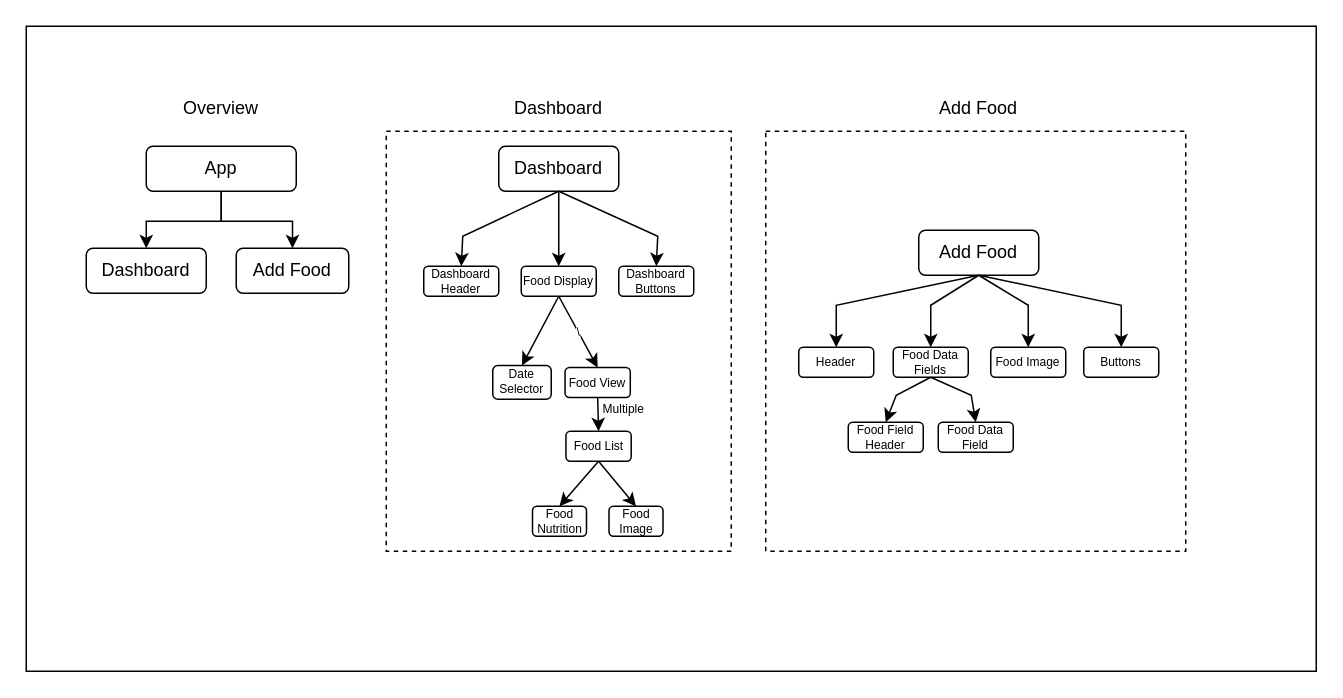
The draw.io diagram Diagrams/v1.0/Component Hierarchy Diagram.drawio in jonechong/calories-cv, before the edit. Source tidied: cells renumbered, new cells numbered last; positions are measured from the earlier drawing's top-left corner, leaving out a move shared by most shapes. Both pictures are drawn from the tidied source at 150%, with x=0, y=0 at pixel (26, 26).
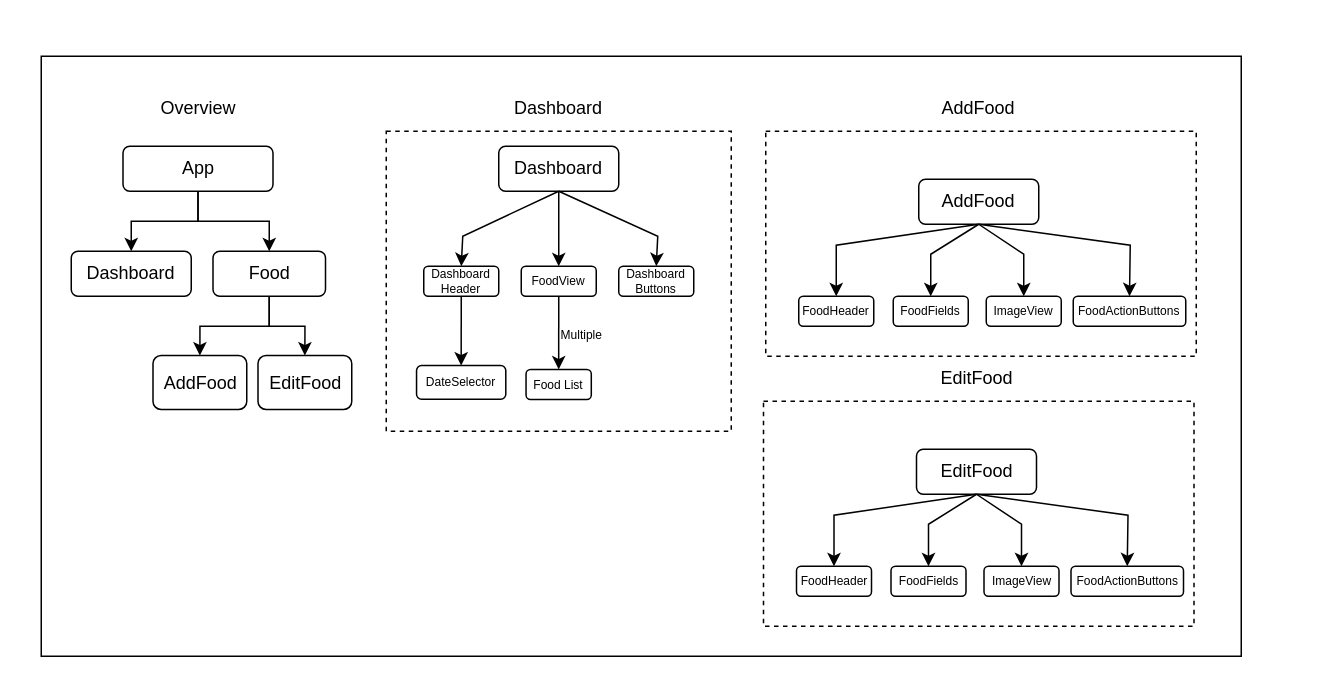
The same page after the edit.

Commit message (it also covers changes not shown here):
docs: updated component hierarchy diagram

The change refers to these unchanged cells:
```xml
<mxCell id="14" value="&lt;font style=&quot;font-size: 8px;&quot;&gt;Dashboard Header&lt;/font&gt;" style="rounded=1;whiteSpace=wrap;html=1;fontSize=8;" parent="1" vertex="1">
  <mxGeometry x="265" y="160" width="50" height="20" as="geometry" />
</mxCell>
```

What changed in the source:
```diff
@@
     <mxCell id="2" style="rounded=0;whiteSpace=wrap;html=1;" parent="1" vertex="1">
-      <mxGeometry width="860" height="430" as="geometry" />
+      <mxGeometry x="10" y="20" width="800" height="400" as="geometry" />
     </mxCell>
     <mxCell id="3" style="rounded=0;whiteSpace=wrap;html=1;fillColor=none;dashed=1;" parent="1" vertex="1">
-      <mxGeometry x="493" y="70" width="280" height="280" as="geometry" />
+      <mxGeometry x="493" y="70" width="287" height="150" as="geometry" />
     </mxCell>
     <mxCell id="4" style="rounded=0;whiteSpace=wrap;html=1;fillColor=none;dashed=1;" parent="1" vertex="1">
-      <mxGeometry x="240" y="70" width="230" height="280" as="geometry" />
+      <mxGeometry x="240" y="70" width="230" height="200" as="geometry" />
     </mxCell>
@@
     <mxCell id="7" value="App" style="rounded=1;whiteSpace=wrap;html=1;" parent="1" vertex="1">
-      <mxGeometry x="80" y="80" width="100" height="30" as="geometry" />
+      <mxGeometry x="64.5" y="80" width="100" height="30" as="geometry" />
     </mxCell>
     <mxCell id="8" value="Overview" style="text;html=1;strokeColor=none;fillColor=none;align=center;verticalAlign=middle;whiteSpace=wrap;rounded=0;" parent="1" vertex="1">
-      <mxGeometry x="100" y="40" width="60" height="30" as="geometry" />
+      <mxGeometry x="84.5" y="40" width="60" height="30" as="geometry" />
     </mxCell>
     <mxCell id="9" value="Dashboard" style="rounded=1;whiteSpace=wrap;html=1;" parent="1" vertex="1">
-      <mxGeometry x="40" y="148" width="80" height="30" as="geometry" />
+      <mxGeometry x="30" y="150" width="80" height="30" as="geometry" />
     </mxCell>
+    <mxCell id="44" style="edgeStyle=orthogonalEdgeStyle;rounded=0;jettySize=auto;html=1;entryX=0.5;entryY=0;entryDx=0;entryDy=0;" parent="1" edge="1" source="10" target="46">
+      <mxGeometry relative="1" as="geometry" />
+    </mxCell>
+    <mxCell id="45" style="edgeStyle=orthogonalEdgeStyle;rounded=0;jettySize=auto;html=1;entryX=0.5;entryY=0;entryDx=0;entryDy=0;" parent="1" edge="1" source="10" target="47">
+      <mxGeometry relative="1" as="geometry" />
+    </mxCell>
-    <mxCell id="10" value="Add Food" style="rounded=1;whiteSpace=wrap;html=1;" parent="1" vertex="1">
-      <mxGeometry x="140" y="148" width="75" height="30" as="geometry" />
+    <mxCell id="10" value="Food" style="rounded=1;whiteSpace=wrap;html=1;" parent="1" vertex="1">
+      <mxGeometry x="124.5" y="150" width="75" height="30" as="geometry" />
     </mxCell>
@@
-    <mxCell id="16" value="&lt;font style=&quot;font-size: 8px;&quot;&gt;Food Display&lt;/font&gt;" style="rounded=1;whiteSpace=wrap;html=1;fontSize=8;" parent="1" vertex="1">
+    <mxCell id="16" value="&lt;font style=&quot;font-size: 8px;&quot;&gt;FoodView&lt;/font&gt;" style="rounded=1;whiteSpace=wrap;html=1;fontSize=8;" parent="1" vertex="1">
       <mxGeometry x="330" y="160" width="50" height="20" as="geometry" />
     </mxCell>
@@
-    <mxCell id="19" value="&lt;font style=&quot;font-size: 8px;&quot;&gt;Date Selector&lt;/font&gt;" style="rounded=1;whiteSpace=wrap;html=1;fontSize=8;" parent="1" vertex="1">
-      <mxGeometry x="311" y="226.2" width="39" height="22.5" as="geometry" />
+    <mxCell id="19" value="&lt;font style=&quot;font-size: 8px;&quot;&gt;DateSelector&lt;/font&gt;" style="rounded=1;whiteSpace=wrap;html=1;fontSize=8;" parent="1" vertex="1">
+      <mxGeometry x="260.2" y="226.2" width="59.5" height="22.5" as="geometry" />
     </mxCell>
-    <mxCell id="20" style="endArrow=classic;html=1;rounded=0;exitX=0.5;exitY=1;exitDx=0;exitDy=0;entryX=0.5;entryY=0;entryDx=0;entryDy=0;fontSize=8;" parent="1" edge="1" source="16" target="19">
+    <mxCell id="20" style="endArrow=classic;html=1;rounded=0;exitX=0.5;exitY=1;exitDx=0;exitDy=0;entryX=0.5;entryY=0;entryDx=0;entryDy=0;fontSize=8;" parent="1" edge="1" source="14" target="19">
       <mxGeometry relative="1" as="geometry" />
     </mxCell>
-    <mxCell id="21" value="\" style="endArrow=classic;html=1;rounded=0;exitX=0.5;exitY=1;exitDx=0;exitDy=0;fontSize=8;entryX=0.5;entryY=0;entryDx=0;entryDy=0;" parent="1" edge="1" source="16" target="41">
-      <mxGeometry relative="1" as="geometry" />
-    </mxCell>
-    <mxCell id="22" value="Add Food" style="text;html=1;strokeColor=none;fillColor=none;align=center;verticalAlign=middle;whiteSpace=wrap;rounded=0;" parent="1" vertex="1">
+    <mxCell id="22" value="AddFood" style="text;html=1;strokeColor=none;fillColor=none;align=center;verticalAlign=middle;whiteSpace=wrap;rounded=0;" parent="1" vertex="1">
       <mxGeometry x="605" y="40" width="60" height="30" as="geometry" />
     </mxCell>
-    <mxCell id="23" value="Add Food" style="rounded=1;whiteSpace=wrap;html=1;" parent="1" vertex="1">
-      <mxGeometry x="595" y="136" width="80" height="30" as="geometry" />
+    <mxCell id="23" value="AddFood" style="rounded=1;whiteSpace=wrap;html=1;" parent="1" vertex="1">
+      <mxGeometry x="595" y="102" width="80" height="30" as="geometry" />
     </mxCell>
     <mxCell id="24" value="&lt;font style=&quot;font-size: 8px;&quot;&gt;Food List&lt;/font&gt;" style="rounded=1;whiteSpace=wrap;html=1;fontSize=8;" parent="1" vertex="1">
-      <mxGeometry x="359.8" y="270" width="43.5" height="20" as="geometry" />
+      <mxGeometry x="333.2" y="228.8" width="43.5" height="20" as="geometry" />
     </mxCell>
-    <mxCell id="25" value="Food Nutrition" style="rounded=1;whiteSpace=wrap;html=1;fontSize=8;spacing=1;" parent="1" vertex="1">
-      <mxGeometry x="337.5" y="320" width="36" height="20" as="geometry" />
-    </mxCell>
-    <mxCell id="26" value="Food Image" style="rounded=1;whiteSpace=wrap;html=1;fontSize=8;spacing=1;" parent="1" vertex="1">
-      <mxGeometry x="388.5" y="320" width="36" height="20" as="geometry" />
-    </mxCell>
-    <mxCell id="27" style="endArrow=classic;html=1;rounded=0;exitX=0.5;exitY=1;exitDx=0;exitDy=0;entryX=0.5;entryY=0;entryDx=0;entryDy=0;" parent="1" edge="1" source="24" target="25">
-      <mxGeometry relative="1" as="geometry" />
-    </mxCell>
-    <mxCell id="28" style="endArrow=classic;html=1;rounded=0;exitX=0.5;exitY=1;exitDx=0;exitDy=0;entryX=0.5;entryY=0;entryDx=0;entryDy=0;" parent="1" edge="1" source="24" target="26">
-      <mxGeometry relative="1" as="geometry" />
-    </mxCell>
-    <mxCell id="29" value="&lt;font style=&quot;font-size: 8px;&quot;&gt;Header&lt;/font&gt;" style="rounded=1;whiteSpace=wrap;html=1;fontSize=8;" parent="1" vertex="1">
-      <mxGeometry x="515" y="214" width="50" height="20" as="geometry" />
+    <mxCell id="29" value="&lt;font style=&quot;font-size: 8px;&quot;&gt;FoodHeader&lt;/font&gt;" style="rounded=1;whiteSpace=wrap;html=1;fontSize=8;" parent="1" vertex="1">
+      <mxGeometry x="515" y="180" width="50" height="20" as="geometry" />
     </mxCell>
     <mxCell id="30" style="endArrow=classic;html=1;rounded=0;entryX=0.5;entryY=0;entryDx=0;entryDy=0;exitX=0.5;exitY=1;exitDx=0;exitDy=0;fontSize=8;" parent="1" edge="1" source="23" target="29">
       <mxGeometry relative="1" as="geometry">
         <Array as="points">
-          <mxPoint x="540" y="186" />
+          <mxPoint x="540" y="146" />
         </Array>
       </mxGeometry>
     </mxCell>
-    <mxCell id="31" value="&lt;font style=&quot;font-size: 8px;&quot;&gt;Food Image&lt;/font&gt;" style="rounded=1;whiteSpace=wrap;html=1;fontSize=8;" parent="1" vertex="1">
-      <mxGeometry x="643" y="214" width="50" height="20" as="geometry" />
+    <mxCell id="31" value="ImageView" style="rounded=1;whiteSpace=wrap;html=1;fontSize=8;" parent="1" vertex="1">
+      <mxGeometry x="640" y="180" width="50" height="20" as="geometry" />
     </mxCell>
-    <mxCell id="32" value="&lt;font style=&quot;font-size: 8px;&quot;&gt;Buttons&lt;/font&gt;" style="rounded=1;whiteSpace=wrap;html=1;fontSize=8;" parent="1" vertex="1">
-      <mxGeometry x="705" y="214" width="50" height="20" as="geometry" />
+    <mxCell id="32" value="&lt;font style=&quot;font-size: 8px;&quot;&gt;FoodActionButtons&lt;/font&gt;" style="rounded=1;whiteSpace=wrap;html=1;fontSize=8;" parent="1" vertex="1">
+      <mxGeometry x="698" y="180" width="75" height="20" as="geometry" />
     </mxCell>
     <mxCell id="33" style="endArrow=classic;html=1;rounded=0;exitX=0.5;exitY=1;exitDx=0;exitDy=0;entryX=0.5;entryY=0;entryDx=0;entryDy=0;" parent="1" edge="1" source="23" target="36">
       <mxGeometry relative="1" as="geometry">
         <Array as="points">
-          <mxPoint x="603" y="186" />
+          <mxPoint x="603" y="152" />
         </Array>
       </mxGeometry>
     </mxCell>
     <mxCell id="34" style="endArrow=classic;html=1;rounded=0;exitX=0.5;exitY=1;exitDx=0;exitDy=0;entryX=0.5;entryY=0;entryDx=0;entryDy=0;" parent="1" edge="1" source="23" target="31">
       <mxGeometry relative="1" as="geometry">
         <Array as="points">
-          <mxPoint x="668" y="186" />
+          <mxPoint x="665" y="152" />
         </Array>
       </mxGeometry>
     </mxCell>
     <mxCell id="35" style="endArrow=classic;html=1;rounded=0;exitX=0.5;exitY=1;exitDx=0;exitDy=0;entryX=0.5;entryY=0;entryDx=0;entryDy=0;" parent="1" edge="1" source="23" target="32">
       <mxGeometry relative="1" as="geometry">
         <Array as="points">
-          <mxPoint x="730" y="186" />
+          <mxPoint x="736" y="146" />
         </Array>
       </mxGeometry>
     </mxCell>
-    <mxCell id="36" value="&lt;font style=&quot;font-size: 8px;&quot;&gt;Food Data Fields&lt;/font&gt;" style="rounded=1;whiteSpace=wrap;html=1;fontSize=8;" parent="1" vertex="1">
-      <mxGeometry x="578" y="214" width="50" height="20" as="geometry" />
+    <mxCell id="36" value="&lt;font style=&quot;font-size: 8px;&quot;&gt;FoodFields&lt;/font&gt;" style="rounded=1;whiteSpace=wrap;html=1;fontSize=8;" parent="1" vertex="1">
+      <mxGeometry x="578" y="180" width="50" height="20" as="geometry" />
     </mxCell>
-    <mxCell id="37" value="&lt;font style=&quot;font-size: 8px;&quot;&gt;Food Field Header&lt;/font&gt;" style="rounded=1;whiteSpace=wrap;html=1;fontSize=8;" parent="1" vertex="1">
-      <mxGeometry x="548" y="264" width="50" height="20" as="geometry" />
-    </mxCell>
-    <mxCell id="38" value="&lt;font style=&quot;font-size: 8px;&quot;&gt;Food Data Field&lt;/font&gt;" style="rounded=1;whiteSpace=wrap;html=1;fontSize=8;" parent="1" vertex="1">
-      <mxGeometry x="608" y="264" width="50" height="20" as="geometry" />
-    </mxCell>
-    <mxCell id="39" style="endArrow=classic;html=1;rounded=0;exitX=0.5;exitY=1;exitDx=0;exitDy=0;entryX=0.5;entryY=0;entryDx=0;entryDy=0;" parent="1" edge="1" source="36" target="37">
-      <mxGeometry relative="1" as="geometry">
-        <Array as="points">
-          <mxPoint x="580" y="246" />
-        </Array>
-      </mxGeometry>
-    </mxCell>
-    <mxCell id="40" style="endArrow=classic;html=1;rounded=0;exitX=0.5;exitY=1;exitDx=0;exitDy=0;entryX=0.5;entryY=0;entryDx=0;entryDy=0;" parent="1" edge="1" source="36" target="38">
-      <mxGeometry relative="1" as="geometry">
-        <Array as="points">
-          <mxPoint x="630" y="246" />
-        </Array>
-      </mxGeometry>
-    </mxCell>
-    <mxCell id="41" value="&lt;font style=&quot;font-size: 8px;&quot;&gt;Food View&lt;/font&gt;" style="rounded=1;whiteSpace=wrap;html=1;fontSize=8;" parent="1" vertex="1">
-      <mxGeometry x="359.2" y="227.5" width="43.5" height="20" as="geometry" />
-    </mxCell>
-    <mxCell id="42" style="endArrow=classic;html=1;rounded=0;exitX=0.5;exitY=1;exitDx=0;exitDy=0;entryX=0.5;entryY=0;entryDx=0;entryDy=0;" parent="1" edge="1" source="41" target="24">
+    <mxCell id="42" style="endArrow=classic;html=1;rounded=0;exitX=0.5;exitY=1;exitDx=0;exitDy=0;entryX=0.5;entryY=0;entryDx=0;entryDy=0;" parent="1" edge="1" source="16" target="24">
       <mxGeometry relative="1" as="geometry" />
     </mxCell>
     <mxCell id="43" value="&lt;font style=&quot;font-size: 8px;&quot;&gt;Multiple&lt;/font&gt;" style="text;html=1;strokeColor=none;fillColor=none;align=center;verticalAlign=middle;whiteSpace=wrap;rounded=0;" parent="1" vertex="1">
-      <mxGeometry x="380" y="248.8" width="36.5" height="10" as="geometry" />
+      <mxGeometry x="352" y="200" width="36.5" height="10" as="geometry" />
     </mxCell>
+    <mxCell id="46" value="AddFood" style="rounded=1;whiteSpace=wrap;html=1;" parent="1" vertex="1">
+      <mxGeometry x="84.5" y="219.5" width="62.5" height="36" as="geometry" />
+    </mxCell>
+    <mxCell id="47" value="EditFood" style="rounded=1;whiteSpace=wrap;html=1;" parent="1" vertex="1">
+      <mxGeometry x="154.5" y="219.5" width="62.5" height="36" as="geometry" />
+    </mxCell>
+    <mxCell id="48" style="rounded=0;whiteSpace=wrap;html=1;fillColor=none;dashed=1;" parent="1" vertex="1">
+      <mxGeometry x="491.5" y="250" width="287" height="150" as="geometry" />
+    </mxCell>
+    <mxCell id="49" value="EditFood" style="text;html=1;strokeColor=none;fillColor=none;align=center;verticalAlign=middle;whiteSpace=wrap;rounded=0;" parent="1" vertex="1">
+      <mxGeometry x="603.5" y="220" width="60" height="30" as="geometry" />
+    </mxCell>
+    <mxCell id="50" value="EditFood" style="rounded=1;whiteSpace=wrap;html=1;" parent="1" vertex="1">
+      <mxGeometry x="593.5" y="282" width="80" height="30" as="geometry" />
+    </mxCell>
+    <mxCell id="51" value="&lt;font style=&quot;font-size: 8px;&quot;&gt;FoodHeader&lt;/font&gt;" style="rounded=1;whiteSpace=wrap;html=1;fontSize=8;" parent="1" vertex="1">
+      <mxGeometry x="513.5" y="360" width="50" height="20" as="geometry" />
+    </mxCell>
+    <mxCell id="52" style="endArrow=classic;html=1;rounded=0;entryX=0.5;entryY=0;entryDx=0;entryDy=0;exitX=0.5;exitY=1;exitDx=0;exitDy=0;fontSize=8;" parent="1" edge="1" source="50" target="51">
+      <mxGeometry relative="1" as="geometry">
+        <Array as="points">
+          <mxPoint x="538.5" y="326" />
+        </Array>
+      </mxGeometry>
+    </mxCell>
+    <mxCell id="53" value="ImageView" style="rounded=1;whiteSpace=wrap;html=1;fontSize=8;" parent="1" vertex="1">
+      <mxGeometry x="638.5" y="360" width="50" height="20" as="geometry" />
+    </mxCell>
+    <mxCell id="54" value="&lt;font style=&quot;font-size: 8px;&quot;&gt;FoodActionButtons&lt;/font&gt;" style="rounded=1;whiteSpace=wrap;html=1;fontSize=8;" parent="1" vertex="1">
+      <mxGeometry x="696.5" y="360" width="75" height="20" as="geometry" />
+    </mxCell>
+    <mxCell id="55" style="endArrow=classic;html=1;rounded=0;exitX=0.5;exitY=1;exitDx=0;exitDy=0;entryX=0.5;entryY=0;entryDx=0;entryDy=0;" parent="1" edge="1" source="50" target="58">
+      <mxGeometry relative="1" as="geometry">
+        <Array as="points">
+          <mxPoint x="601.5" y="332" />
+        </Array>
+      </mxGeometry>
+    </mxCell>
+    <mxCell id="56" style="endArrow=classic;html=1;rounded=0;exitX=0.5;exitY=1;exitDx=0;exitDy=0;entryX=0.5;entryY=0;entryDx=0;entryDy=0;" parent="1" edge="1" source="50" target="53">
+      <mxGeometry relative="1" as="geometry">
+        <Array as="points">
+          <mxPoint x="663.5" y="332" />
+        </Array>
+      </mxGeometry>
+    </mxCell>
+    <mxCell id="57" style="endArrow=classic;html=1;rounded=0;exitX=0.5;exitY=1;exitDx=0;exitDy=0;entryX=0.5;entryY=0;entryDx=0;entryDy=0;" parent="1" edge="1" source="50" target="54">
+      <mxGeometry relative="1" as="geometry">
+        <Array as="points">
+          <mxPoint x="734.5" y="326" />
+        </Array>
+      </mxGeometry>
+    </mxCell>
+    <mxCell id="58" value="&lt;font style=&quot;font-size: 8px;&quot;&gt;FoodFields&lt;/font&gt;" style="rounded=1;whiteSpace=wrap;html=1;fontSize=8;" parent="1" vertex="1">
+      <mxGeometry x="576.5" y="360" width="50" height="20" as="geometry" />
+    </mxCell>
```
